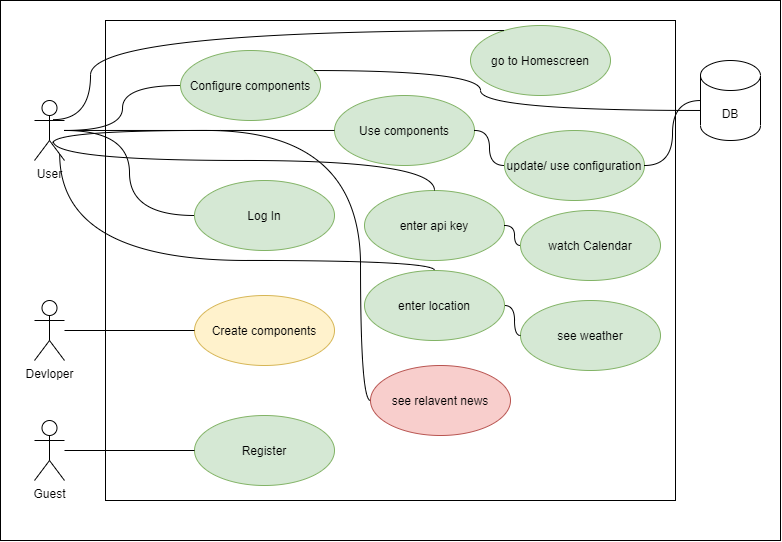
Before: usecase/UseCase.drawio.png, a diagram exported from draw.io (papatohu/docs). Source tidied: cells renumbered, new cells last; positions are measured from the earlier drawing's top-left corner, leaving out a move shared by most shapes.
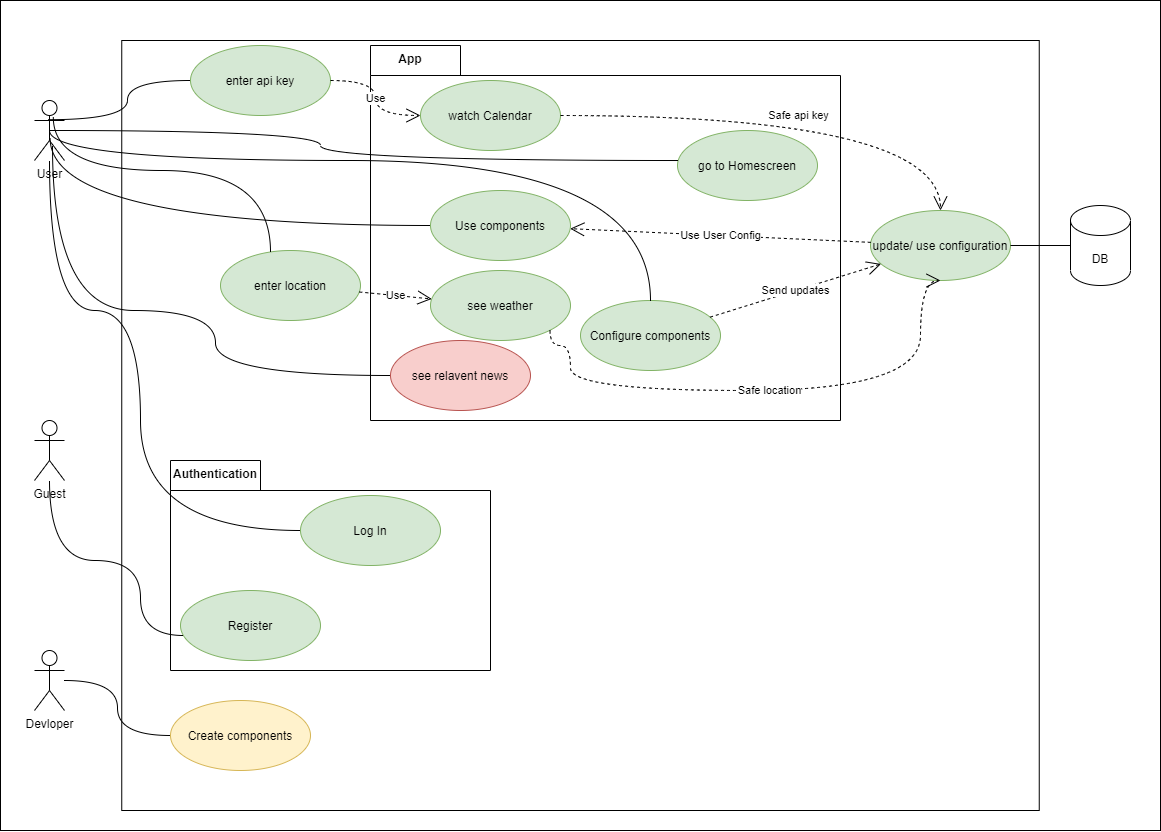
The same diagram one commit later.

Diff of the diagram source:
```diff
@@ -3,63 +3,45 @@
     <mxCell id="0" />
     <mxCell id="1" parent="0" />
     <mxCell id="2" style="html=1;fillColor=none;" parent="1" vertex="1">
-      <mxGeometry width="780" height="540" as="geometry" />
+      <mxGeometry width="1160" height="830" as="geometry" />
     </mxCell>
     <mxCell id="3" style="html=1;" parent="1" vertex="1">
-      <mxGeometry x="105" y="20" width="570" height="480" as="geometry" />
+      <mxGeometry x="121.2" y="40" width="917.5" height="770" as="geometry" />
     </mxCell>
+    <mxCell id="34" style="shape=folder;fontStyle=1;spacingTop=10;tabWidth=90;tabHeight=30;tabPosition=left;html=1;" parent="1" vertex="1">
+      <mxGeometry x="370" y="45" width="470" height="375" as="geometry" />
+    </mxCell>
+    <mxCell id="35" style="shape=folder;fontStyle=1;spacingTop=10;tabWidth=90;tabHeight=30;tabPosition=left;html=1;" parent="1" vertex="1">
+      <mxGeometry x="170" y="460" width="320" height="210" as="geometry" />
+    </mxCell>
     <mxCell id="4" value="Configure components" style="ellipse;whiteSpace=wrap;html=1;fillColor=#d5e8d4;strokeColor=#82b366;" parent="1" vertex="1">
-      <mxGeometry x="180" y="50" width="140" height="70" as="geometry" />
+      <mxGeometry x="580" y="300" width="140" height="70" as="geometry" />
     </mxCell>
-    <mxCell id="5" value="Devloper" style="shape=umlActor;verticalLabelPosition=bottom;verticalAlign=top;html=1;" parent="1" vertex="1">
-      <mxGeometry x="34" y="300" width="30" height="60" as="geometry" />
-    </mxCell>
     <mxCell id="6" value="User" style="shape=umlActor;verticalLabelPosition=bottom;verticalAlign=top;html=1;" parent="1" vertex="1">
       <mxGeometry x="34" y="100" width="30" height="60" as="geometry" />
     </mxCell>
     <mxCell id="7" value="Create components" style="ellipse;whiteSpace=wrap;html=1;fillColor=#fff2cc;strokeColor=#d6b656;" parent="1" vertex="1">
-      <mxGeometry x="194" y="295" width="140" height="70" as="geometry" />
+      <mxGeometry x="170" y="700" width="140" height="70" as="geometry" />
     </mxCell>
     <mxCell id="8" value="Log In" style="ellipse;whiteSpace=wrap;html=1;fillColor=#d5e8d4;strokeColor=#82b366;" parent="1" vertex="1">
-      <mxGeometry x="194" y="180" width="140" height="70" as="geometry" />
+      <mxGeometry x="300" y="495" width="140" height="70" as="geometry" />
     </mxCell>
-    <mxCell id="9" value="Use components" style="ellipse;whiteSpace=wrap;html=1;fillColor=#d5e8d4;strokeColor=#82b366;" parent="1" vertex="1">
-      <mxGeometry x="334" y="95" width="140" height="70" as="geometry" />
-    </mxCell>
-    <mxCell id="10" style="endArrow=none;html=1;edgeStyle=orthogonalEdgeStyle;rounded=0;curved=1;" parent="1" edge="1" source="6" target="4">
-      <mxGeometry relative="1" as="geometry" />
-    </mxCell>
     <mxCell id="11" value="DB" style="shape=cylinder3;whiteSpace=wrap;html=1;boundedLbl=1;backgroundOutline=1;size=15;" parent="1" vertex="1">
-      <mxGeometry x="700" y="60" width="60" height="80" as="geometry" />
+      <mxGeometry x="1070" y="205" width="60" height="80" as="geometry" />
     </mxCell>
     <mxCell id="12" style="endArrow=none;html=1;edgeStyle=orthogonalEdgeStyle;rounded=0;entryX=0;entryY=0.5;entryDx=0;entryDy=0;curved=1;" parent="1" edge="1" source="6" target="8">
-      <mxGeometry relative="1" as="geometry" />
+      <mxGeometry relative="1" as="geometry">
+        <Array as="points">
+          <mxPoint x="49" y="310" />
+          <mxPoint x="140" y="310" />
+          <mxPoint x="140" y="530" />
+          <mxPoint x="300" y="530" />
+        </Array>
+      </mxGeometry>
     </mxCell>
-    <mxCell id="13" style="endArrow=none;html=1;edgeStyle=orthogonalEdgeStyle;rounded=0;curved=1;" parent="1" edge="1" source="6" target="9">
-      <mxGeometry relative="1" as="geometry">
-        <Array as="points">
-          <mxPoint x="220" y="130" />
-          <mxPoint x="220" y="130" />
-        </Array>
-      </mxGeometry>
-    </mxCell>
-    <mxCell id="14" style="endArrow=none;html=1;edgeStyle=orthogonalEdgeStyle;rounded=0;curved=1;" parent="1" edge="1" source="5" target="7">
-      <mxGeometry relative="1" as="geometry" />
-    </mxCell>
-    <mxCell id="15" style="endArrow=none;html=1;edgeStyle=orthogonalEdgeStyle;rounded=0;curved=1;" parent="1" edge="1" source="4" target="11">
-      <mxGeometry relative="1" as="geometry">
-        <Array as="points">
-          <mxPoint x="480" y="70" />
-          <mxPoint x="480" y="110" />
-        </Array>
-      </mxGeometry>
-    </mxCell>
     <mxCell id="16" value="update/ use configuration" style="ellipse;whiteSpace=wrap;html=1;fillColor=#d5e8d4;strokeColor=#82b366;" parent="1" vertex="1">
-      <mxGeometry x="504" y="130" width="140" height="70" as="geometry" />
+      <mxGeometry x="870" y="210" width="140" height="70" as="geometry" />
     </mxCell>
-    <mxCell id="17" style="endArrow=none;html=1;edgeStyle=orthogonalEdgeStyle;rounded=0;curved=1;" parent="1" edge="1" source="9" target="16">
-      <mxGeometry relative="1" as="geometry" />
-    </mxCell>
     <mxCell id="18" style="endArrow=none;html=1;edgeStyle=orthogonalEdgeStyle;rounded=0;curved=1;" parent="1" edge="1" source="16" target="11">
       <mxGeometry relative="1" as="geometry" />
     </mxCell>
@@ -67,67 +49,112 @@
       <mxGeometry x="34" y="420" width="30" height="60" as="geometry" />
     </mxCell>
     <mxCell id="20" value="Register" style="ellipse;whiteSpace=wrap;html=1;fillColor=#d5e8d4;strokeColor=#82b366;" parent="1" vertex="1">
-      <mxGeometry x="194" y="415" width="140" height="70" as="geometry" />
+      <mxGeometry x="180" y="590" width="140" height="70" as="geometry" />
     </mxCell>
     <mxCell id="21" style="endArrow=none;html=1;edgeStyle=orthogonalEdgeStyle;rounded=0;curved=1;" parent="1" edge="1" source="19" target="20">
-      <mxGeometry relative="1" as="geometry" />
+      <mxGeometry relative="1" as="geometry">
+        <Array as="points">
+          <mxPoint x="49" y="560" />
+          <mxPoint x="140" y="560" />
+          <mxPoint x="140" y="635" />
+        </Array>
+      </mxGeometry>
     </mxCell>
     <mxCell id="22" value="see&amp;nbsp;weather" style="ellipse;whiteSpace=wrap;html=1;fillColor=#d5e8d4;strokeColor=#82b366;" parent="1" vertex="1">
-      <mxGeometry x="520" y="300" width="140" height="70" as="geometry" />
+      <mxGeometry x="430" y="270" width="140" height="70" as="geometry" />
     </mxCell>
     <mxCell id="23" value="enter api key" style="ellipse;whiteSpace=wrap;html=1;fillColor=#d5e8d4;strokeColor=#82b366;" parent="1" vertex="1">
-      <mxGeometry x="364" y="190" width="140" height="70" as="geometry" />
+      <mxGeometry x="190" y="45" width="140" height="70" as="geometry" />
     </mxCell>
+    <mxCell id="28" value="enter location" style="ellipse;whiteSpace=wrap;html=1;fillColor=#d5e8d4;strokeColor=#82b366;" parent="1" vertex="1">
+      <mxGeometry x="220" y="250" width="140" height="70" as="geometry" />
+    </mxCell>
+    <mxCell id="30" value="see relavent news" style="ellipse;whiteSpace=wrap;html=1;fillColor=#f8cecc;strokeColor=#b85450;" parent="1" vertex="1">
+      <mxGeometry x="390" y="340" width="140" height="70" as="geometry" />
+    </mxCell>
+    <mxCell id="27" value="Use" style="endArrow=open;endSize=12;dashed=1;html=1;rounded=0;" parent="1" edge="1" source="28" target="22">
+      <mxGeometry relative="1" as="geometry" />
+    </mxCell>
+    <mxCell id="36" value="Authentication" style="text;align=center;fontStyle=1;verticalAlign=middle;spacingLeft=3;spacingRight=3;strokeColor=none;" parent="1" vertex="1">
+      <mxGeometry x="175" y="460" width="80" height="26" as="geometry" />
+    </mxCell>
+    <mxCell id="37" value="App" style="text;align=center;fontStyle=1;verticalAlign=middle;spacingLeft=3;spacingRight=3;strokeColor=none;" parent="1" vertex="1">
+      <mxGeometry x="370" y="45" width="80" height="26" as="geometry" />
+    </mxCell>
+    <mxCell id="32" value="go to Homescreen" style="ellipse;whiteSpace=wrap;html=1;fillColor=#d5e8d4;strokeColor=#82b366;" parent="1" vertex="1">
+      <mxGeometry x="677" y="130" width="140" height="70" as="geometry" />
+    </mxCell>
+    <mxCell id="9" value="Use components" style="ellipse;whiteSpace=wrap;html=1;fillColor=#d5e8d4;strokeColor=#82b366;" parent="1" vertex="1">
+      <mxGeometry x="430" y="190" width="140" height="70" as="geometry" />
+    </mxCell>
     <mxCell id="24" value="watch Calendar" style="ellipse;whiteSpace=wrap;html=1;fillColor=#d5e8d4;strokeColor=#82b366;" parent="1" vertex="1">
-      <mxGeometry x="520" y="210" width="140" height="70" as="geometry" />
+      <mxGeometry x="420" y="80" width="140" height="70" as="geometry" />
     </mxCell>
+    <mxCell id="26" value="Use" style="endArrow=open;endSize=12;dashed=1;html=1;rounded=0;edgeStyle=orthogonalEdgeStyle;curved=1;" parent="1" edge="1" source="23" target="24">
+      <mxGeometry relative="1" as="geometry" />
+    </mxCell>
-    <mxCell id="25" style="endArrow=none;html=1;edgeStyle=orthogonalEdgeStyle;rounded=0;curved=1;exitX=0.627;exitY=0.68;exitDx=0;exitDy=0;exitPerimeter=0;" parent="1" edge="1" source="6" target="23">
-      <mxGeometry relative="1" as="geometry">
-        <Array as="points">
-          <mxPoint x="53" y="160" />
-          <mxPoint x="434" y="160" />
-        </Array>
-      </mxGeometry>
+    <mxCell id="25" style="endArrow=none;html=1;edgeStyle=orthogonalEdgeStyle;rounded=0;curved=1;exitX=0.44;exitY=0.32;exitDx=0;exitDy=0;exitPerimeter=0;" parent="1" edge="1" source="6" target="23">
+      <mxGeometry relative="1" as="geometry" />
     </mxCell>
-    <mxCell id="26" style="endArrow=none;html=1;edgeStyle=orthogonalEdgeStyle;rounded=0;curved=1;" parent="1" edge="1" source="23" target="24">
-      <mxGeometry relative="1" as="geometry" />
-    </mxCell>
-    <mxCell id="27" style="endArrow=none;html=1;edgeStyle=orthogonalEdgeStyle;rounded=0;curved=1;" parent="1" edge="1" source="28" target="22">
-      <mxGeometry relative="1" as="geometry" />
-    </mxCell>
-    <mxCell id="28" value="enter location" style="ellipse;whiteSpace=wrap;html=1;fillColor=#d5e8d4;strokeColor=#82b366;" parent="1" vertex="1">
-      <mxGeometry x="364" y="270" width="140" height="70" as="geometry" />
-    </mxCell>
+    <mxCell id="5" value="Devloper" style="shape=umlActor;verticalLabelPosition=bottom;verticalAlign=top;html=1;" parent="1" vertex="1">
+      <mxGeometry x="34" y="650" width="30" height="60" as="geometry" />
+    </mxCell>
+    <mxCell id="14" style="endArrow=none;html=1;edgeStyle=orthogonalEdgeStyle;rounded=0;curved=1;" parent="1" edge="1" source="5" target="7">
+      <mxGeometry relative="1" as="geometry" />
+    </mxCell>
+    <mxCell id="31" style="endArrow=none;html=1;edgeStyle=orthogonalEdgeStyle;rounded=0;curved=1;exitX=0.6;exitY=0.76;exitDx=0;exitDy=0;exitPerimeter=0;" parent="1" edge="1" source="6" target="30">
+      <mxGeometry relative="1" as="geometry">
+        <Array as="points">
+          <mxPoint x="52" y="310" />
+          <mxPoint x="215" y="310" />
+        </Array>
+      </mxGeometry>
+    </mxCell>
+    <mxCell id="38" style="endArrow=none;html=1;edgeStyle=orthogonalEdgeStyle;rounded=0;curved=1;entryX=0.52;entryY=0.627;entryDx=0;entryDy=0;entryPerimeter=0;" parent="1" edge="1" source="9" target="6">
+      <mxGeometry relative="1" as="geometry" />
+    </mxCell>
-    <mxCell id="29" style="endArrow=none;html=1;edgeStyle=orthogonalEdgeStyle;rounded=0;curved=1;exitX=0.84;exitY=0.893;exitDx=0;exitDy=0;exitPerimeter=0;" parent="1" edge="1" source="6" target="28">
+    <mxCell id="29" style="endArrow=none;html=1;edgeStyle=orthogonalEdgeStyle;rounded=0;curved=1;exitX=0.627;exitY=0.28;exitDx=0;exitDy=0;exitPerimeter=0;" parent="1" edge="1" source="6" target="28">
       <mxGeometry relative="1" as="geometry">
         <Array as="points">
-          <mxPoint x="59" y="260" />
-          <mxPoint x="434" y="260" />
+          <mxPoint x="53" y="170" />
+          <mxPoint x="270" y="170" />
         </Array>
       </mxGeometry>
     </mxCell>
-    <mxCell id="30" value="see relavent news" style="ellipse;whiteSpace=wrap;html=1;fillColor=#f8cecc;strokeColor=#b85450;" parent="1" vertex="1">
-      <mxGeometry x="370" y="365" width="140" height="70" as="geometry" />
-    </mxCell>
-    <mxCell id="31" style="endArrow=none;html=1;edgeStyle=orthogonalEdgeStyle;rounded=0;curved=1;exitX=0.61;exitY=0.714;exitDx=0;exitDy=0;exitPerimeter=0;" parent="1" edge="1" source="6" target="30">
-      <mxGeometry relative="1" as="geometry">
-        <Array as="points">
-          <mxPoint x="52" y="130" />
-          <mxPoint x="360" y="130" />
-          <mxPoint x="360" y="400" />
-        </Array>
-      </mxGeometry>
-    </mxCell>
-    <mxCell id="32" value="go to Homescreen" style="ellipse;whiteSpace=wrap;html=1;fillColor=#d5e8d4;strokeColor=#82b366;" parent="1" vertex="1">
-      <mxGeometry x="470" y="25" width="140" height="70" as="geometry" />
-    </mxCell>
-    <mxCell id="33" style="endArrow=none;html=1;edgeStyle=orthogonalEdgeStyle;rounded=0;curved=1;exitX=0.629;exitY=0.319;exitDx=0;exitDy=0;exitPerimeter=0;" parent="1" edge="1" source="6" target="32">
+    <mxCell id="33" style="endArrow=none;html=1;edgeStyle=orthogonalEdgeStyle;rounded=0;curved=1;exitX=0.5;exitY=0.5;exitDx=0;exitDy=0;exitPerimeter=0;" parent="1" edge="1" source="6" target="32">
       <mxGeometry relative="1" as="geometry">
         <Array as="points">
-          <mxPoint x="90" y="119" />
-          <mxPoint x="90" y="30" />
+          <mxPoint x="320" y="130" />
+          <mxPoint x="320" y="160" />
         </Array>
       </mxGeometry>
     </mxCell>
+    <mxCell id="10" style="endArrow=none;html=1;edgeStyle=orthogonalEdgeStyle;rounded=0;curved=1;exitX=0.5;exitY=0.5;exitDx=0;exitDy=0;exitPerimeter=0;" parent="1" edge="1" source="6" target="4">
+      <mxGeometry relative="1" as="geometry">
+        <Array as="points">
+          <mxPoint x="49" y="160" />
+          <mxPoint x="650" y="160" />
+        </Array>
+      </mxGeometry>
+    </mxCell>
+    <mxCell id="39" value="Send updates" style="endArrow=open;endSize=12;dashed=1;html=1;rounded=0;" parent="1" edge="1" source="4" target="16">
+      <mxGeometry relative="1" as="geometry" />
+    </mxCell>
+    <mxCell id="40" value="Use User Config" style="endArrow=open;endSize=12;dashed=1;html=1;rounded=0;" parent="1" edge="1" source="16" target="9">
+      <mxGeometry relative="1" as="geometry" />
+    </mxCell>
+    <mxCell id="41" value="Safe location" style="endArrow=open;endSize=12;dashed=1;html=1;rounded=0;edgeStyle=orthogonalEdgeStyle;curved=1;entryX=0.5;entryY=1;entryDx=0;entryDy=0;exitX=1;exitY=1;exitDx=0;exitDy=0;" parent="1" edge="1" source="22" target="16">
+      <mxGeometry relative="1" as="geometry">
+        <Array as="points">
+          <mxPoint x="570" y="345" />
+          <mxPoint x="570" y="390" />
+          <mxPoint x="920" y="390" />
+          <mxPoint x="920" y="280" />
+        </Array>
+      </mxGeometry>
+    </mxCell>
+    <mxCell id="42" value="Safe api key" style="endArrow=open;endSize=12;dashed=1;html=1;rounded=0;curved=1;edgeStyle=orthogonalEdgeStyle;" parent="1" edge="1" source="24" target="16">
+      <mxGeometry relative="1" as="geometry" />
+    </mxCell>
   </root>
 </mxGraphModel>
```
